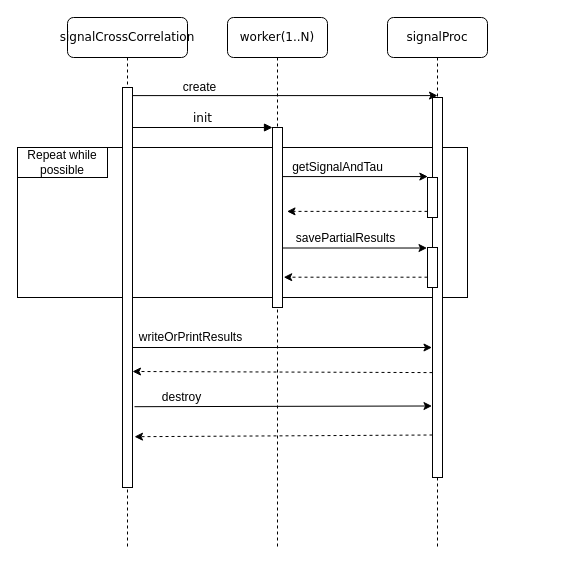
The draw.io diagram project/version03_MPI/report/crossCorrelationInteraction.drawio in FilipeLopesPires/Multithreaded-WordCount, before the edit. Source tidied: cells renumbered, new cells numbered last; positions are measured from the earlier drawing's top-left corner, leaving out a move shared by most shapes. Both pictures are drawn from the tidied source at 100%, with x=0, y=0 at pixel (17, 17).
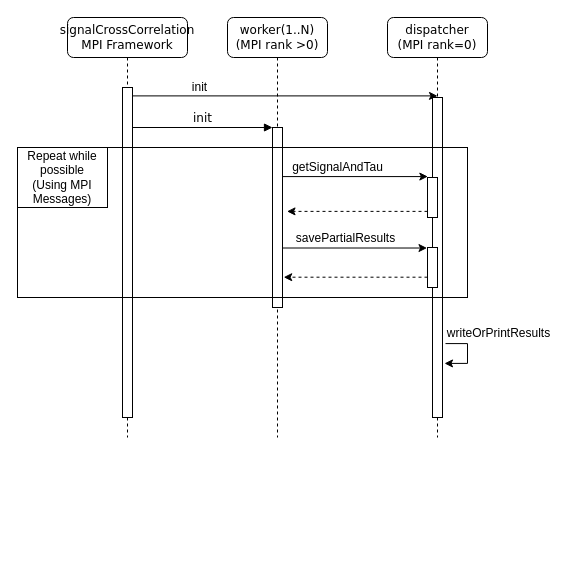
After the change.

Unchanged cells that the change refers to:
```xml
<mxCell id="15" style="rounded=0;jettySize=auto;html=1;entryX=0.5;entryY=-0.005;entryDx=0;entryDy=0;entryPerimeter=0;" parent="1" edge="1" source="13" target="6">
  <mxGeometry relative="1" as="geometry" />
</mxCell>
```

Diff of the diagram source:
```diff
@@
-    <mxCell id="2" style="rounded=0;whiteSpace=wrap;html=1;fillColor=none;" parent="1" vertex="1">
-      <mxGeometry y="130" width="450" height="150" as="geometry" />
-    </mxCell>
-    <mxCell id="3" value="worker(1..N)" style="shape=umlLifeline;perimeter=lifelinePerimeter;whiteSpace=wrap;html=1;rounded=1;shadow=0;comic=0;labelBackgroundColor=none;strokeWidth=1;fontFamily=Verdana;fontSize=12;align=center;" parent="1" vertex="1">
-      <mxGeometry x="210" width="100" height="530" as="geometry" />
+    <mxCell id="3" value="worker(1..N)&lt;br&gt;(MPI rank &amp;gt;0)" style="shape=umlLifeline;perimeter=lifelinePerimeter;whiteSpace=wrap;html=1;rounded=1;shadow=0;comic=0;labelBackgroundColor=none;strokeWidth=1;fontFamily=Verdana;fontSize=12;align=center;" parent="1" vertex="1">
+      <mxGeometry x="210" width="100" height="420" as="geometry" />
     </mxCell>
@@
-    <mxCell id="5" value="signalProc" style="shape=umlLifeline;perimeter=lifelinePerimeter;whiteSpace=wrap;html=1;rounded=1;shadow=0;comic=0;labelBackgroundColor=none;strokeWidth=1;fontFamily=Verdana;fontSize=12;align=center;" parent="1" vertex="1">
-      <mxGeometry x="370" width="100" height="530" as="geometry" />
+    <mxCell id="5" value="dispatcher&lt;br&gt;(MPI rank=0)" style="shape=umlLifeline;perimeter=lifelinePerimeter;whiteSpace=wrap;html=1;rounded=1;shadow=0;comic=0;labelBackgroundColor=none;strokeWidth=1;fontFamily=Verdana;fontSize=12;align=center;" parent="1" vertex="1">
+      <mxGeometry x="370" width="100" height="420" as="geometry" />
     </mxCell>
     <mxCell id="6" style="html=1;points=[];perimeter=orthogonalPerimeter;rounded=0;shadow=0;comic=0;labelBackgroundColor=none;strokeWidth=1;fontFamily=Verdana;fontSize=12;align=center;" parent="5" vertex="1">
-      <mxGeometry x="45" y="80" width="10" height="380" as="geometry" />
+      <mxGeometry x="45" y="80" width="10" height="320" as="geometry" />
     </mxCell>
@@
+    <mxCell id="21" style="edgeStyle=orthogonalEdgeStyle;rounded=0;orthogonalLoop=1;jettySize=auto;html=1;entryX=1.2;entryY=0.831;entryDx=0;entryDy=0;entryPerimeter=0;exitX=1.3;exitY=0.769;exitDx=0;exitDy=0;exitPerimeter=0;" parent="5" edge="1" source="6" target="6">
+      <mxGeometry relative="1" as="geometry">
+        <Array as="points">
+          <mxPoint x="80" y="326" />
+          <mxPoint x="80" y="346" />
+        </Array>
+      </mxGeometry>
+    </mxCell>
+    <mxCell id="22" value="writeOrPrintResults" style="text;html=1;align=center;verticalAlign=middle;labelBackgroundColor=#ffffff;" parent="21" vertex="1">
+      <mxGeometry x="-0.59" y="2" relative="1" as="geometry">
+        <mxPoint x="39" y="-8.3" as="offset" />
+      </mxGeometry>
+    </mxCell>
-    <mxCell id="12" value="signalCrossCorrelation" style="shape=umlLifeline;perimeter=lifelinePerimeter;whiteSpace=wrap;html=1;rounded=1;shadow=0;comic=0;labelBackgroundColor=none;strokeWidth=1;fontFamily=Verdana;fontSize=12;align=center;" parent="1" vertex="1">
-      <mxGeometry x="50" width="120" height="530" as="geometry" />
+    <mxCell id="12" value="signalCrossCorrelation&lt;br&gt;MPI Framework" style="shape=umlLifeline;perimeter=lifelinePerimeter;whiteSpace=wrap;html=1;rounded=1;shadow=0;comic=0;labelBackgroundColor=none;strokeWidth=1;fontFamily=Verdana;fontSize=12;align=center;" parent="1" vertex="1">
+      <mxGeometry x="50" width="120" height="420" as="geometry" />
     </mxCell>
     <mxCell id="13" style="html=1;points=[];perimeter=orthogonalPerimeter;rounded=0;shadow=0;comic=0;labelBackgroundColor=none;strokeWidth=1;fontFamily=Verdana;fontSize=12;align=center;" parent="12" vertex="1">
-      <mxGeometry x="55" y="70" width="10" height="400" as="geometry" />
+      <mxGeometry x="55" y="70" width="10" height="330" as="geometry" />
     </mxCell>
@@
-    <mxCell id="16" value="create" style="text;html=1;align=center;verticalAlign=middle;labelBackgroundColor=#ffffff;" parent="15" vertex="1">
+    <mxCell id="16" value="init" style="text;html=1;align=center;verticalAlign=middle;labelBackgroundColor=#ffffff;" parent="15" vertex="1">
       <mxGeometry x="-0.57" y="3" relative="1" as="geometry">
         <mxPoint y="-6" as="offset" />
       </mxGeometry>
     </mxCell>
@@
-    <mxCell id="20" value="Repeat while&lt;br&gt;possible" style="rounded=0;whiteSpace=wrap;html=1;fillColor=none;" parent="1" vertex="1">
-      <mxGeometry y="130" width="90" height="30" as="geometry" />
+    <mxCell id="20" value="Repeat while&lt;br&gt;possible&lt;br&gt;(Using MPI Messages)" style="rounded=0;whiteSpace=wrap;html=1;fillColor=none;" parent="1" vertex="1">
+      <mxGeometry y="130" width="90" height="60" as="geometry" />
     </mxCell>
-    <mxCell id="21" style="edgeStyle=none;rounded=0;jettySize=auto;html=1;entryX=-0.05;entryY=0.534;entryDx=0;entryDy=0;entryPerimeter=0;" parent="1" edge="1" source="13">
-      <mxGeometry relative="1" as="geometry">
-        <mxPoint x="414.5" y="330" as="targetPoint" />
-      </mxGeometry>
-    </mxCell>
-    <mxCell id="22" value="writeOrPrintResults" style="text;html=1;align=center;verticalAlign=middle;labelBackgroundColor=#ffffff;" parent="21" vertex="1">
-      <mxGeometry x="-0.59" y="2" relative="1" as="geometry">
-        <mxPoint x="-3.3" y="-8.3" as="offset" />
-      </mxGeometry>
-    </mxCell>
-    <mxCell id="23" style="edgeStyle=none;rounded=0;jettySize=auto;html=1;entryX=1;entryY=0.71;entryDx=0;entryDy=0;entryPerimeter=0;dashed=1;" parent="1" edge="1" target="13">
-      <mxGeometry relative="1" as="geometry">
-        <mxPoint x="415" y="355.1" as="sourcePoint" />
-      </mxGeometry>
-    </mxCell>
-    <mxCell id="24" style="edgeStyle=none;rounded=0;jettySize=auto;html=1;entryX=-0.05;entryY=0.688;entryDx=0;entryDy=0;entryPerimeter=0;exitX=1.2;exitY=0.798;exitDx=0;exitDy=0;exitPerimeter=0;" parent="1" edge="1" source="13">
-      <mxGeometry relative="1" as="geometry">
-        <mxPoint x="414.5" y="388.5" as="targetPoint" />
-      </mxGeometry>
-    </mxCell>
-    <mxCell id="25" value="destroy" style="text;html=1;align=center;verticalAlign=middle;labelBackgroundColor=#ffffff;" parent="24" vertex="1">
-      <mxGeometry x="-0.7" y="-1" relative="1" as="geometry">
-        <mxPoint x="1.7" y="-10.6" as="offset" />
-      </mxGeometry>
-    </mxCell>
-    <mxCell id="26" style="edgeStyle=none;rounded=0;jettySize=auto;html=1;entryX=1.2;entryY=0.873;entryDx=0;entryDy=0;entryPerimeter=0;dashed=1;" parent="1" edge="1" target="13">
-      <mxGeometry relative="1" as="geometry">
-        <mxPoint x="415" y="417.5" as="sourcePoint" />
-      </mxGeometry>
-    </mxCell>
+    <mxCell id="2" style="rounded=0;whiteSpace=wrap;html=1;fillColor=none;" parent="1" vertex="1">
+      <mxGeometry y="130" width="450" height="150" as="geometry" />
+    </mxCell>
```
